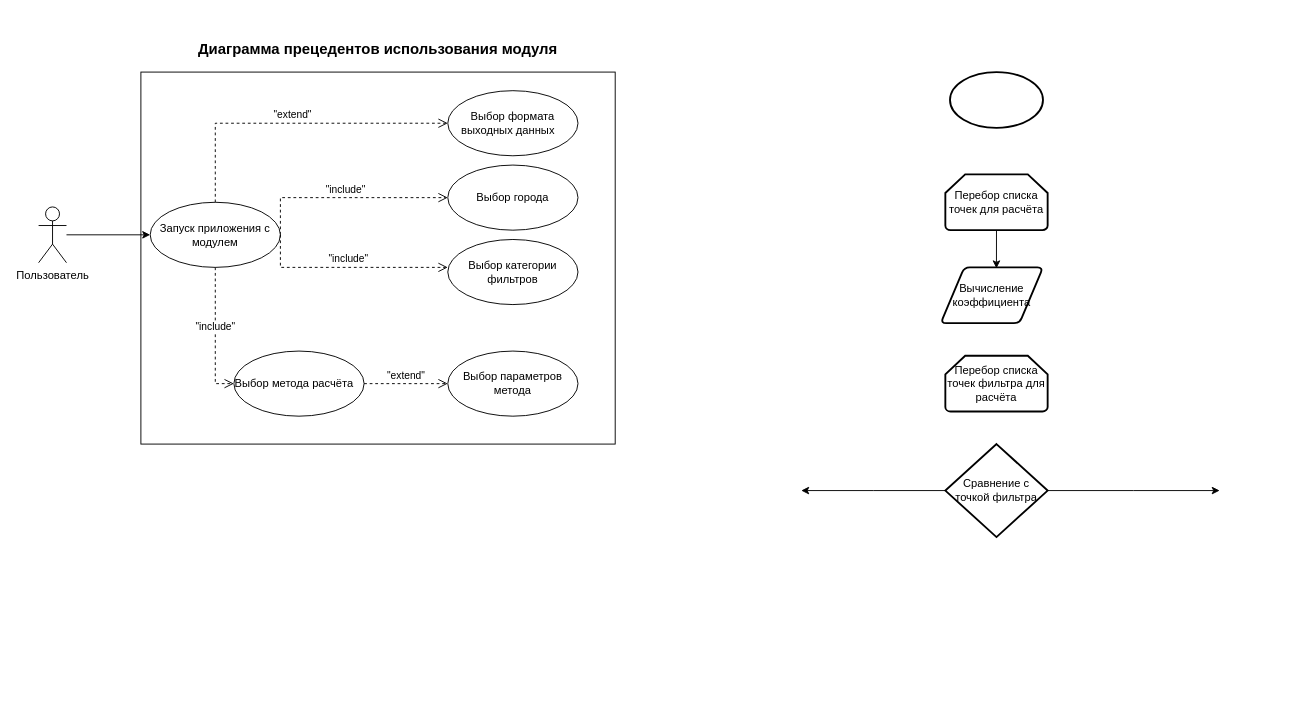
The draw.io diagram Диаграмма прецедентов.drawio in KirMaid/OsmApiClient, before the edit. Source tidied: cells renumbered, new cells numbered last; positions are measured from the earlier drawing's top-left corner, leaving out a move shared by most shapes. Both pictures are drawn from the tidied source at 93%, with x=0, y=0 at pixel (38, 34).
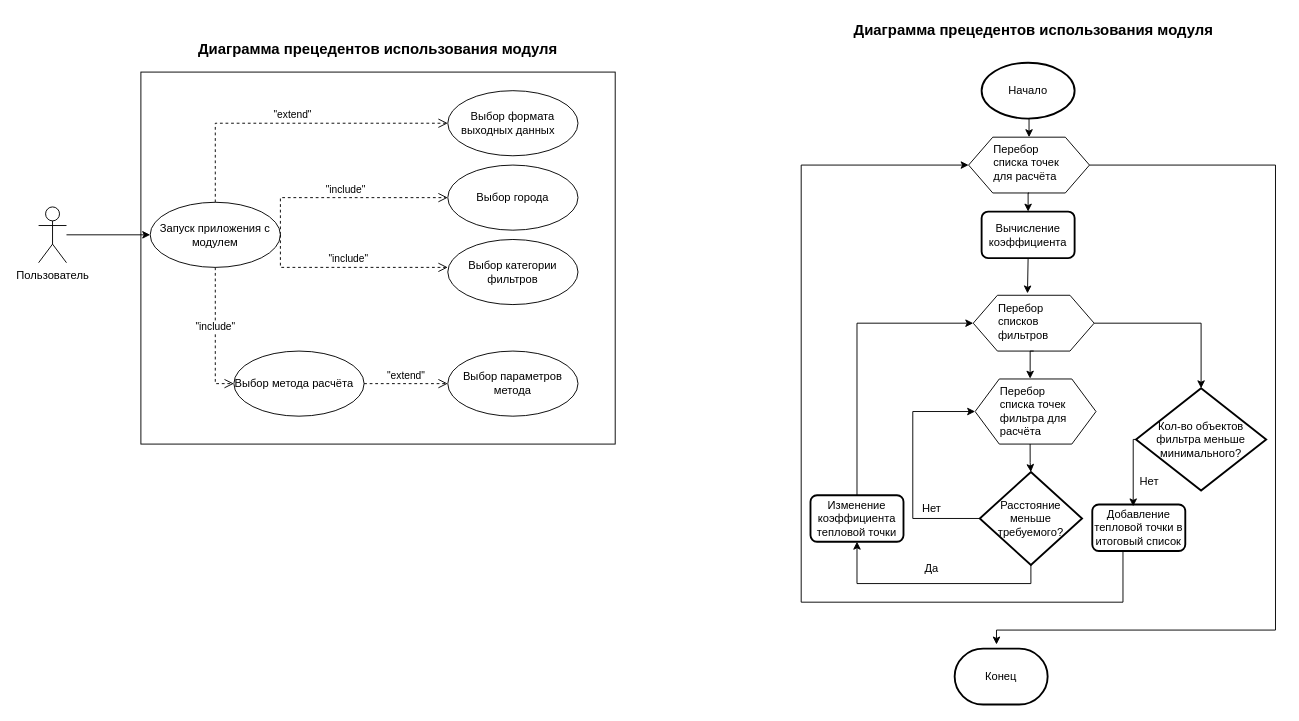
After the change.

The edit, as a diff of the source:
```diff
@@
+    <mxCell id="25" style="edgeStyle=orthogonalEdgeStyle;rounded=0;jettySize=auto;html=1;exitX=0.5;exitY=1;exitDx=0;exitDy=0;exitPerimeter=0;entryX=0.5;entryY=0;entryDx=0;entryDy=0;" parent="1" edge="1" source="17" target="38">
+      <mxGeometry relative="1" as="geometry" />
+    </mxCell>
-    <mxCell id="17" style="strokeWidth=2;html=1;shape=mxgraph.flowchart.start_1;whiteSpace=wrap;" parent="1" vertex="1">
-      <mxGeometry x="980" y="40" width="100" height="60" as="geometry" />
+    <mxCell id="17" value="Начало" style="strokeWidth=2;html=1;shape=mxgraph.flowchart.start_1;whiteSpace=wrap;" parent="1" vertex="1">
+      <mxGeometry x="1014" y="30" width="100" height="60" as="geometry" />
     </mxCell>
-    <mxCell id="18" style="edgeStyle=orthogonalEdgeStyle;rounded=0;jettySize=auto;html=1;exitX=0.5;exitY=1;exitDx=0;exitDy=0;exitPerimeter=0;entryX=0.545;entryY=0.017;entryDx=0;entryDy=0;entryPerimeter=0;" parent="1" edge="1" source="19" target="20">
-      <mxGeometry relative="1" as="geometry" />
-    </mxCell>
+    <mxCell id="22" style="edgeStyle=orthogonalEdgeStyle;rounded=0;jettySize=auto;html=1;exitX=0.5;exitY=1;exitDx=0;exitDy=0;exitPerimeter=0;entryX=0.5;entryY=1;entryDx=0;entryDy=0;" parent="1" edge="1" source="24" target="32">
+      <mxGeometry relative="1" as="geometry" />
+    </mxCell>
+    <mxCell id="26" style="edgeStyle=orthogonalEdgeStyle;rounded=0;jettySize=auto;html=1;exitX=0;exitY=0.5;exitDx=0;exitDy=0;exitPerimeter=0;entryX=0;entryY=0.5;entryDx=0;entryDy=0;" parent="1" edge="1" source="24" target="44">
+      <mxGeometry relative="1" as="geometry">
+        <Array as="points">
+          <mxPoint x="940" y="520" />
+          <mxPoint x="940" y="405" />
+        </Array>
+      </mxGeometry>
+    </mxCell>
+    <mxCell id="24" value="Расстояние меньше требуемого?" style="strokeWidth=2;html=1;shape=mxgraph.flowchart.decision;whiteSpace=wrap;" parent="1" vertex="1">
+      <mxGeometry x="1012" y="470" width="110" height="100" as="geometry" />
+    </mxCell>
+    <mxCell id="27" style="edgeStyle=orthogonalEdgeStyle;rounded=0;jettySize=auto;html=1;exitX=0.455;exitY=0.971;exitDx=0;exitDy=0;exitPerimeter=0;" parent="1" edge="1" source="44" target="24">
+      <mxGeometry relative="1" as="geometry" />
+    </mxCell>
+    <mxCell id="28" style="edgeStyle=orthogonalEdgeStyle;rounded=0;jettySize=auto;html=1;exitX=1;exitY=0.5;exitDx=0;exitDy=0;entryX=0.5;entryY=0;entryDx=0;entryDy=0;entryPerimeter=0;" parent="1" edge="1" source="41" target="34">
+      <mxGeometry relative="1" as="geometry" />
+    </mxCell>
+    <mxCell id="29" style="edgeStyle=orthogonalEdgeStyle;rounded=0;jettySize=auto;html=1;entryX=0;entryY=0.5;entryDx=0;entryDy=0;exitX=0.5;exitY=1;exitDx=0;exitDy=0;" parent="1" edge="1" source="30" target="38">
+      <mxGeometry relative="1" as="geometry">
+        <Array as="points">
+          <mxPoint x="1166" y="555" />
+          <mxPoint x="1166" y="610" />
+          <mxPoint x="820" y="610" />
+          <mxPoint x="820" y="140" />
+        </Array>
+      </mxGeometry>
+    </mxCell>
+    <mxCell id="30" value="Добавление тепловой точки в итоговый список" style="rounded=1;whiteSpace=wrap;html=1;absoluteArcSize=1;arcSize=14;strokeWidth=2;" parent="1" vertex="1">
+      <mxGeometry x="1133" y="505" width="100" height="50" as="geometry" />
+    </mxCell>
+    <mxCell id="31" style="edgeStyle=orthogonalEdgeStyle;rounded=0;jettySize=auto;html=1;exitX=0.5;exitY=0;exitDx=0;exitDy=0;entryX=0;entryY=0.5;entryDx=0;entryDy=0;" parent="1" edge="1" source="32" target="41">
+      <mxGeometry relative="1" as="geometry" />
+    </mxCell>
+    <mxCell id="32" value="Изменение коэффициента тепловой точки" style="rounded=1;whiteSpace=wrap;html=1;absoluteArcSize=1;arcSize=14;strokeWidth=2;" parent="1" vertex="1">
+      <mxGeometry x="830" y="495" width="100" height="50" as="geometry" />
+    </mxCell>
+    <mxCell id="33" style="edgeStyle=orthogonalEdgeStyle;rounded=0;jettySize=auto;html=1;exitX=0;exitY=0.5;exitDx=0;exitDy=0;exitPerimeter=0;" parent="1" edge="1" source="34">
+      <mxGeometry relative="1" as="geometry">
+        <mxPoint x="1177" y="507" as="targetPoint" />
+        <Array as="points">
+          <mxPoint x="1177" y="435" />
+          <mxPoint x="1177" y="505" />
+        </Array>
+      </mxGeometry>
+    </mxCell>
+    <mxCell id="34" value="Кол-во объектов фильтра меньше минимального?" style="strokeWidth=2;html=1;shape=mxgraph.flowchart.decision;whiteSpace=wrap;" parent="1" vertex="1">
+      <mxGeometry x="1180" y="380" width="140" height="110" as="geometry" />
+    </mxCell>
+    <mxCell id="35" style="edgeStyle=orthogonalEdgeStyle;rounded=0;jettySize=auto;html=1;exitX=0.5;exitY=1;exitDx=0;exitDy=0;entryX=0.392;entryY=-0.05;entryDx=0;entryDy=0;entryPerimeter=0;" parent="1" edge="1" source="20" target="42">
+      <mxGeometry relative="1" as="geometry" />
+    </mxCell>
+    <mxCell id="20" value="Вычисление коэффициента" style="rounded=1;whiteSpace=wrap;html=1;absoluteArcSize=1;arcSize=14;strokeWidth=2;" parent="1" vertex="1">
+      <mxGeometry x="1014" y="190" width="100" height="50" as="geometry" />
+    </mxCell>
+    <mxCell id="36" value="&lt;font style=&quot;font-size: 12px;&quot;&gt;&lt;span style=&quot;font-weight: 400;&quot;&gt;Нет&lt;/span&gt;&lt;br&gt;&lt;/font&gt;" style="text;strokeColor=none;fillColor=none;html=1;fontSize=24;fontStyle=1;verticalAlign=middle;align=center;" parent="1" vertex="1">
+      <mxGeometry x="910" y="485" width="100" height="40" as="geometry" />
+    </mxCell>
+    <mxCell id="37" style="group;strokeWidth=2;strokeColor=none;fillColor=none;" parent="1" vertex="1">
+      <mxGeometry x="1000" y="110" width="130" height="60" as="geometry" />
+    </mxCell>
+    <mxCell id="38" style="verticalLabelPosition=bottom;verticalAlign=top;html=1;shape=hexagon;perimeter=hexagonPerimeter2;arcSize=6;size=0.2;" parent="37" vertex="1">
+      <mxGeometry width="130" height="60" as="geometry" />
+    </mxCell>
-    <mxCell id="19" value="Перебор списка точек для расчёта" style="strokeWidth=2;html=1;shape=mxgraph.flowchart.loop_limit;whiteSpace=wrap;" parent="1" vertex="1">
-      <mxGeometry x="975" y="150" width="110" height="60" as="geometry" />
+    <mxCell id="19" value="Перебор списка точек для расчёта" style="text;whiteSpace=wrap;html=1;" parent="37" vertex="1">
+      <mxGeometry x="25" width="85" height="40" as="geometry" />
     </mxCell>
-    <mxCell id="20" value="Вычисление коэффициента" style="shape=parallelogram;html=1;strokeWidth=2;perimeter=parallelogramPerimeter;whiteSpace=wrap;rounded=1;arcSize=12;size=0.23;" parent="1" vertex="1">
-      <mxGeometry x="970" y="250" width="110" height="60" as="geometry" />
-    </mxCell>
+    <mxCell id="39" style="edgeStyle=orthogonalEdgeStyle;rounded=0;jettySize=auto;html=1;exitX=0.5;exitY=1;exitDx=0;exitDy=0;entryX=0.5;entryY=0;entryDx=0;entryDy=0;" parent="1" edge="1" source="38" target="20">
+      <mxGeometry relative="1" as="geometry" />
+    </mxCell>
+    <mxCell id="40" style="group;strokeWidth=2;strokeColor=none;fillColor=none;" parent="1" vertex="1">
+      <mxGeometry x="1005" y="280" width="130" height="60" as="geometry" />
+    </mxCell>
+    <mxCell id="41" style="verticalLabelPosition=bottom;verticalAlign=top;html=1;shape=hexagon;perimeter=hexagonPerimeter2;arcSize=6;size=0.2;" parent="40" vertex="1">
+      <mxGeometry width="130" height="60" as="geometry" />
+    </mxCell>
+    <mxCell id="42" value="Перебор списков фильтров" style="text;whiteSpace=wrap;html=1;" parent="40" vertex="1">
+      <mxGeometry x="25" width="85" height="40" as="geometry" />
+    </mxCell>
+    <mxCell id="43" style="group;strokeWidth=2;strokeColor=none;fillColor=none;" parent="1" vertex="1">
+      <mxGeometry x="1007" y="370" width="130" height="70" as="geometry" />
+    </mxCell>
+    <mxCell id="44" style="verticalLabelPosition=bottom;verticalAlign=top;html=1;shape=hexagon;perimeter=hexagonPerimeter2;arcSize=6;size=0.2;" parent="43" vertex="1">
+      <mxGeometry width="130" height="70" as="geometry" />
+    </mxCell>
-    <mxCell id="21" value="Перебор списка точек фильтра для расчёта" style="strokeWidth=2;html=1;shape=mxgraph.flowchart.loop_limit;whiteSpace=wrap;" parent="1" vertex="1">
-      <mxGeometry x="975" y="345" width="110" height="60" as="geometry" />
+    <mxCell id="21" value="Перебор списка точек фильтра для расчёта" style="text;whiteSpace=wrap;html=1;" parent="43" vertex="1">
+      <mxGeometry x="25" width="85" height="58.3" as="geometry" />
     </mxCell>
-    <mxCell id="22" style="edgeStyle=orthogonalEdgeStyle;rounded=0;jettySize=auto;html=1;exitX=0;exitY=0.5;exitDx=0;exitDy=0;exitPerimeter=0;" parent="1" edge="1" source="24">
-      <mxGeometry relative="1" as="geometry">
-        <mxPoint x="820" y="490" as="targetPoint" />
-      </mxGeometry>
-    </mxCell>
-    <mxCell id="23" style="edgeStyle=orthogonalEdgeStyle;rounded=0;jettySize=auto;html=1;exitX=1;exitY=0.5;exitDx=0;exitDy=0;exitPerimeter=0;" parent="1" edge="1" source="24">
-      <mxGeometry relative="1" as="geometry">
-        <mxPoint x="1270" y="490" as="targetPoint" />
-      </mxGeometry>
-    </mxCell>
-    <mxCell id="24" value="Сравнение с точкой фильтра" style="strokeWidth=2;html=1;shape=mxgraph.flowchart.decision;whiteSpace=wrap;" parent="1" vertex="1">
-      <mxGeometry x="975" y="440" width="110" height="100" as="geometry" />
-    </mxCell>
+    <mxCell id="45" style="edgeStyle=orthogonalEdgeStyle;rounded=0;jettySize=auto;html=1;exitX=0.5;exitY=1;exitDx=0;exitDy=0;entryX=0.402;entryY=-0.006;entryDx=0;entryDy=0;entryPerimeter=0;" parent="1" edge="1" source="41" target="21">
+      <mxGeometry relative="1" as="geometry" />
+    </mxCell>
+    <mxCell id="46" value="&lt;font style=&quot;font-size: 12px;&quot;&gt;&lt;span style=&quot;font-weight: 400;&quot;&gt;Да&lt;/span&gt;&lt;br&gt;&lt;/font&gt;" style="text;strokeColor=none;fillColor=none;html=1;fontSize=24;fontStyle=1;verticalAlign=middle;align=center;" parent="1" vertex="1">
+      <mxGeometry x="910" y="550" width="100" height="40" as="geometry" />
+    </mxCell>
+    <mxCell id="47" value="&lt;font style=&quot;font-size: 12px;&quot;&gt;&lt;span style=&quot;font-weight: 400;&quot;&gt;Нет&lt;/span&gt;&lt;br&gt;&lt;/font&gt;" style="text;strokeColor=none;fillColor=none;html=1;fontSize=24;fontStyle=1;verticalAlign=middle;align=center;" parent="1" vertex="1">
+      <mxGeometry x="1144" y="457" width="100" height="40" as="geometry" />
+    </mxCell>
+    <mxCell id="48" value="Конец" style="strokeWidth=2;html=1;shape=mxgraph.flowchart.terminator;whiteSpace=wrap;" parent="1" vertex="1">
+      <mxGeometry x="985" y="660" width="100" height="60" as="geometry" />
+    </mxCell>
+    <mxCell id="49" style="edgeStyle=orthogonalEdgeStyle;rounded=0;jettySize=auto;html=1;exitX=1;exitY=0.5;exitDx=0;exitDy=0;entryX=0.45;entryY=-0.075;entryDx=0;entryDy=0;entryPerimeter=0;" parent="1" edge="1" source="38" target="48">
+      <mxGeometry relative="1" as="geometry">
+        <Array as="points">
+          <mxPoint x="1330" y="140" />
+          <mxPoint x="1330" y="640" />
+          <mxPoint x="1030" y="640" />
+        </Array>
+      </mxGeometry>
+    </mxCell>
+    <mxCell id="50" value="&lt;font style=&quot;font-size: 16px;&quot;&gt;&lt;b&gt;Диаграмма прецедентов использования модуля&lt;/b&gt;&lt;/font&gt;" style="text;html=1;strokeColor=none;fillColor=none;align=center;verticalAlign=middle;whiteSpace=wrap;rounded=0;" parent="1" vertex="1">
+      <mxGeometry x="815" y="-20" width="510" height="30" as="geometry" />
+    </mxCell>
```
